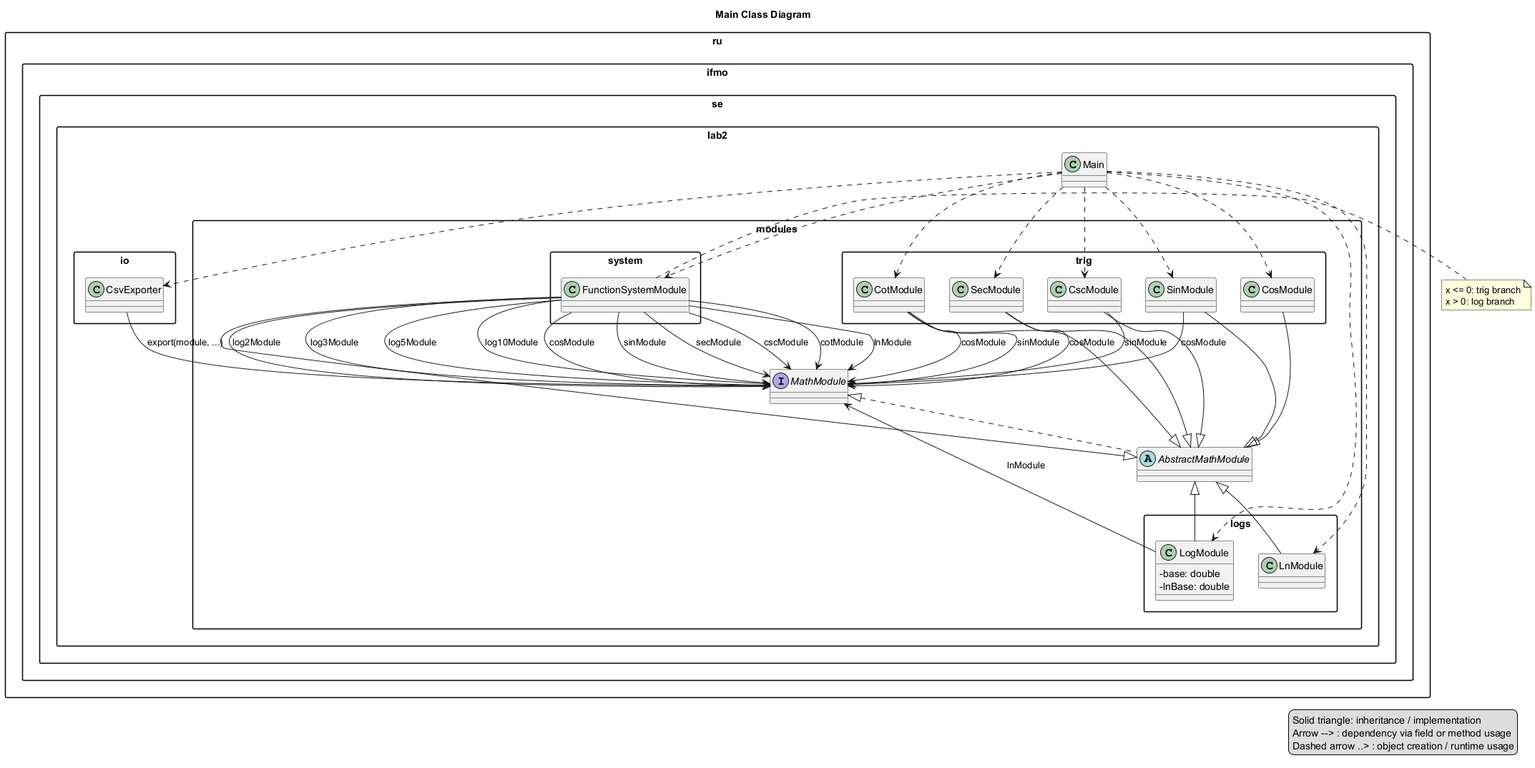
The PlantUML diagram docs/class-diagram.png in tsostanov/javaQA, before a commit.
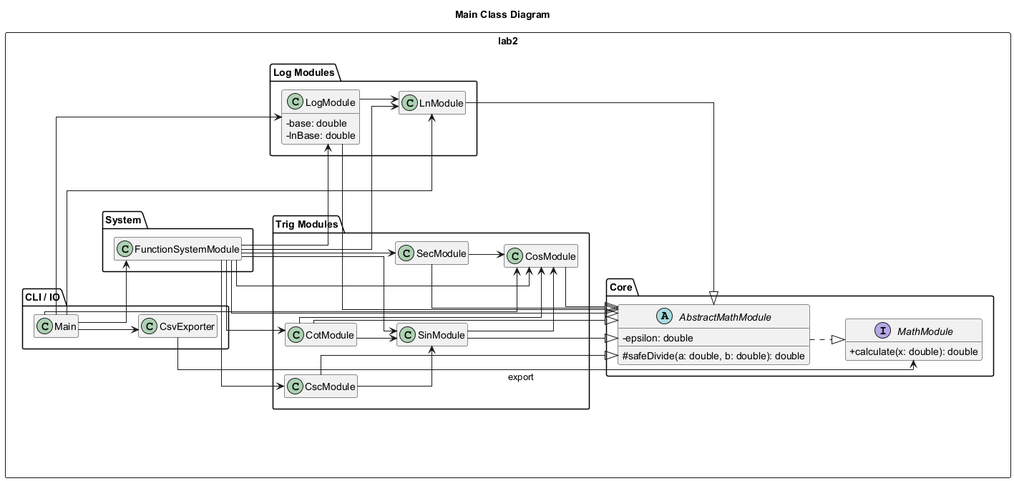
The same file after the commit.

Commit message:
Refine UML diagrams and add plotting script

Change to the diagram source:
```diff
@@ -1,91 +1,85 @@
 @startuml
-skinparam classAttributeIconSize 0
-skinparam shadowing false
-skinparam packageStyle rectangle
 title Main Class Diagram
 
-package "ru.ifmo.se.lab2" {
-  class Main
-}
+left to right direction
+skinparam shadowing false
+skinparam classAttributeIconSize 0
+skinparam linetype ortho
+skinparam nodesep 40
+skinparam ranksep 50
+hide empty members
 
-package "ru.ifmo.se.lab2.io" {
-  class CsvExporter
-}
+rectangle "lab2" {
+  package "Core" {
+    interface MathModule {
+      + calculate(x: double): double
+    }
 
-package "ru.ifmo.se.lab2.modules" {
-  interface MathModule
-  abstract class AbstractMathModule
-}
+    abstract class AbstractMathModule {
+      - epsilon: double
+      # safeDivide(a: double, b: double): double
+    }
+  }
 
-package "ru.ifmo.se.lab2.modules.trig" {
-  class CosModule
-  class SinModule
-  class SecModule
-  class CscModule
-  class CotModule
-}
+  package "Trig Modules" {
+    class CosModule
+    class SinModule
+    class SecModule
+    class CscModule
+    class CotModule
+  }
 
-package "ru.ifmo.se.lab2.modules.logs" {
-  class LnModule
-  class LogModule {
-    - base: double
-    - lnBase: double
+  package "Log Modules" {
+    class LnModule
+    class LogModule {
+      - base: double
+      - lnBase: double
+    }
+  }
+
+  package "System" {
+    class FunctionSystemModule
+  }
+
+  package "CLI / IO" {
+    class CsvExporter
+    class Main
   }
 }
 
-package "ru.ifmo.se.lab2.modules.system" {
-  class FunctionSystemModule
-}
+AbstractMathModule ..|> MathModule
 
-MathModule <|.. AbstractMathModule
-AbstractMathModule <|-- CosModule
-AbstractMathModule <|-- SinModule
-AbstractMathModule <|-- SecModule
-AbstractMathModule <|-- CscModule
-AbstractMathModule <|-- CotModule
-AbstractMathModule <|-- LnModule
-AbstractMathModule <|-- LogModule
-AbstractMathModule <|-- FunctionSystemModule
+CosModule --|> AbstractMathModule
+SinModule --|> AbstractMathModule
+SecModule --|> AbstractMathModule
+CscModule --|> AbstractMathModule
+CotModule --|> AbstractMathModule
+LnModule --|> AbstractMathModule
+LogModule --|> AbstractMathModule
+FunctionSystemModule --|> AbstractMathModule
 
-SinModule --> MathModule : cosModule
-SecModule --> MathModule : cosModule
-CscModule --> MathModule : sinModule
-CotModule --> MathModule : cosModule
-CotModule --> MathModule : sinModule
-LogModule --> MathModule : lnModule
+SinModule --> CosModule
+SecModule --> CosModule
+CscModule --> SinModule
+CotModule --> CosModule
+CotModule --> SinModule
 
-FunctionSystemModule --> MathModule : cosModule
-FunctionSystemModule --> MathModule : sinModule
-FunctionSystemModule --> MathModule : secModule
-FunctionSystemModule --> MathModule : cscModule
-FunctionSystemModule --> MathModule : cotModule
-FunctionSystemModule --> MathModule : lnModule
-FunctionSystemModule --> MathModule : log2Module
-FunctionSystemModule --> MathModule : log3Module
-FunctionSystemModule --> MathModule : log5Module
-FunctionSystemModule --> MathModule : log10Module
+LogModule --> LnModule
 
-CsvExporter --> MathModule : export(module, ...)
+FunctionSystemModule --> CosModule
+FunctionSystemModule --> SinModule
+FunctionSystemModule --> SecModule
+FunctionSystemModule --> CscModule
+FunctionSystemModule --> CotModule
+FunctionSystemModule --> LnModule
+FunctionSystemModule --> LogModule
 
-Main ..> CsvExporter
-Main ..> CosModule
-Main ..> SinModule
-Main ..> SecModule
-Main ..> CscModule
-Main ..> CotModule
-Main ..> LnModule
-Main ..> LogModule
-Main ..> FunctionSystemModule
+CsvExporter --> MathModule : export
 
-note right of FunctionSystemModule
-  x <= 0: trig branch
-  x > 0: log branch
-end note
-
-legend right
-  Solid triangle: inheritance / implementation
-  Arrow --> : dependency via field or method usage
-  Dashed arrow ..> : object creation / runtime usage
-endlegend
+Main --> CsvExporter
+Main --> CosModule
+Main --> LnModule
+Main --> LogModule
+Main --> FunctionSystemModule
 
 @enduml
```
